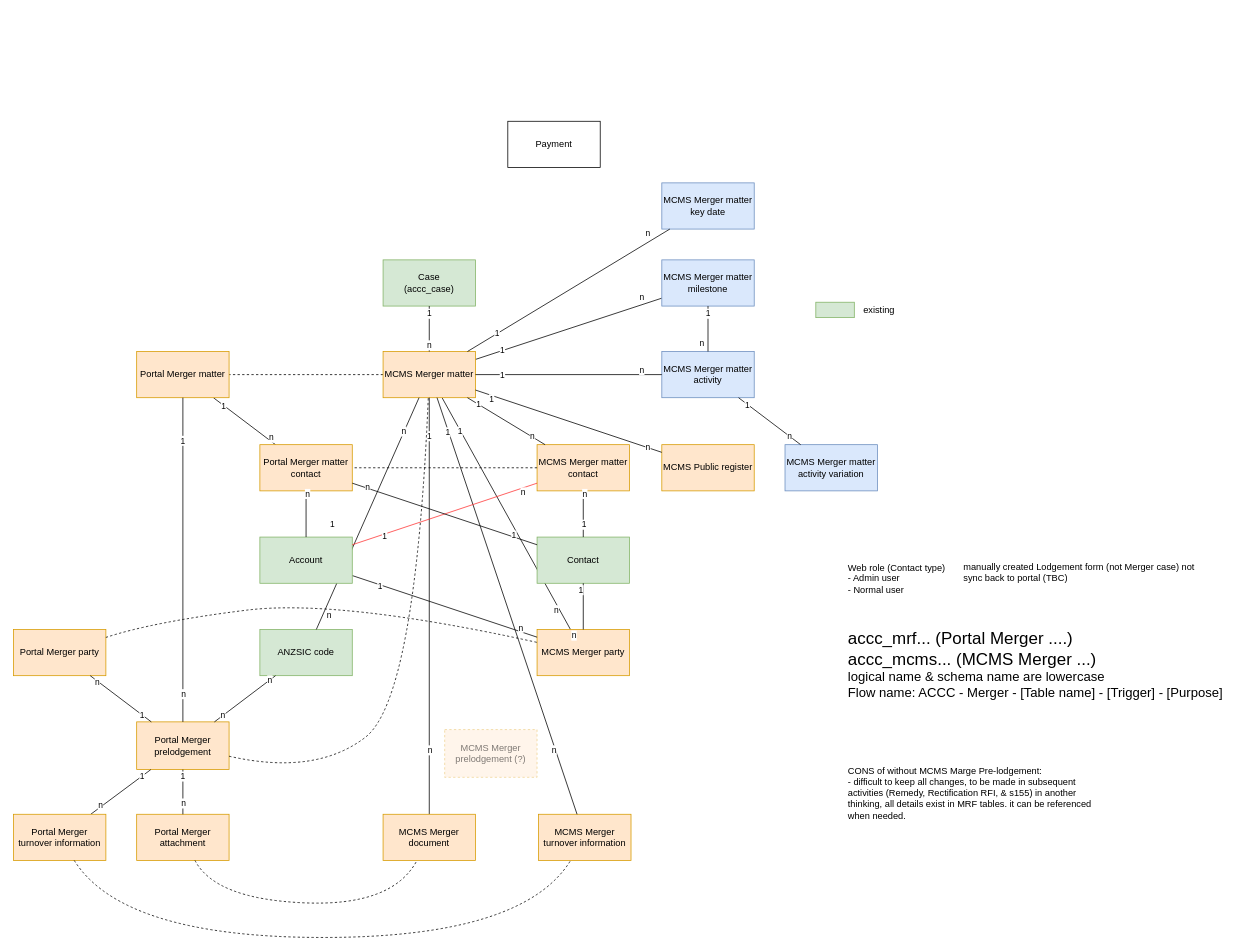
Before: page "Entities v4" (12 of 13) of Merger.drawio in danieldotskc/helloworld, a draw.io diagram. Source tidied: cells renumbered, new cells numbered last; positions are measured from the earlier drawing's top-left corner, leaving out a move shared by most shapes. Both pictures are drawn from the tidied source at 77%, with x=0, y=0 at pixel (13, 121).
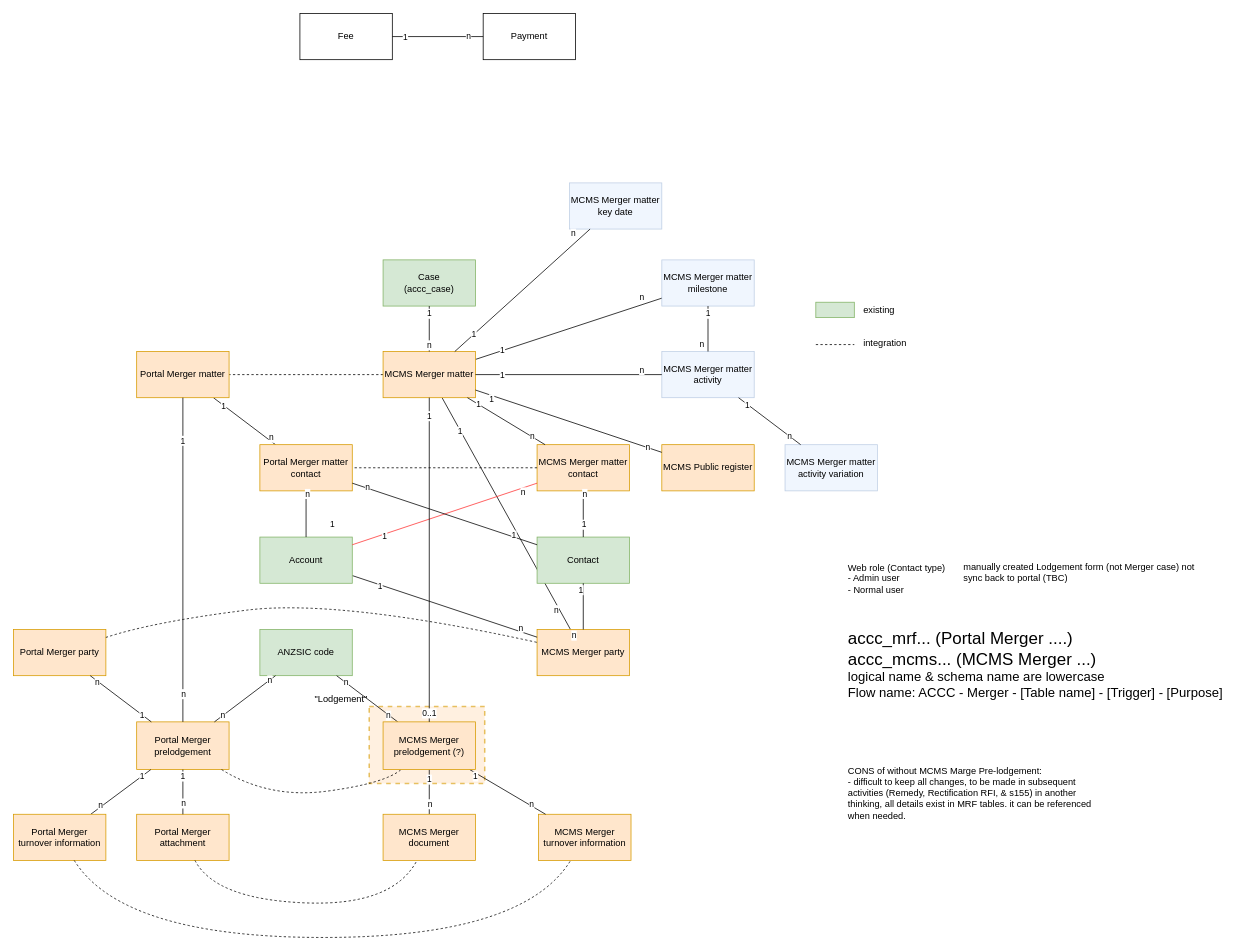
After the change.

The change refers to these unchanged cells:
```xml
<mxCell id="12" value="&lt;span style=&quot;font-style: normal;&quot;&gt;Portal Merger&lt;/span&gt;&lt;div&gt;&lt;span style=&quot;font-style: normal;&quot;&gt;prelodgement&lt;/span&gt;&lt;/div&gt;" style="rounded=0;whiteSpace=wrap;html=1;labelPosition=center;verticalLabelPosition=middle;align=center;verticalAlign=middle;fontStyle=2;strokeWidth=1;fillColor=#ffe6cc;strokeColor=#d79b00;" parent="1" vertex="1">
  <mxGeometry x="160" y="780" width="120" height="62" as="geometry" />
</mxCell>
<mxCell id="13" value="&lt;div&gt;&lt;span style=&quot;background-color: transparent; color: light-dark(rgb(0, 0, 0), rgb(255, 255, 255));&quot;&gt;MCMS Merger matter&lt;/span&gt;&lt;/div&gt;" style="rounded=0;whiteSpace=wrap;html=1;fillColor=#ffe6cc;strokeColor=#d79b00;" parent="1" vertex="1">
  <mxGeometry x="480" y="299" width="120" height="60" as="geometry" />
</mxCell>
<mxCell id="21" value="ANZSIC code" style="rounded=0;whiteSpace=wrap;html=1;fillColor=#d5e8d4;strokeColor=#82b366;" parent="1" vertex="1">
  <mxGeometry x="320" y="660" width="120" height="60" as="geometry" />
</mxCell>
<mxCell id="52" value="MCMS Merger turnover information" style="rounded=0;whiteSpace=wrap;html=1;fillColor=#ffe6cc;strokeColor=#d79b00;" parent="1" vertex="1">
  <mxGeometry x="682" y="900" width="120" height="60" as="geometry" />
</mxCell>
<mxCell id="63" value="MCMS Merger document" style="rounded=0;whiteSpace=wrap;html=1;fillColor=#ffe6cc;strokeColor=#d79b00;" parent="1" vertex="1">
  <mxGeometry x="480" y="900" width="120" height="60" as="geometry" />
</mxCell>
```

What changed in the source:
```diff
@@
+    <mxCell id="108" value="&lt;span style=&quot;font-style: normal;&quot;&gt;&quot;Lodgement&quot;&lt;/span&gt;" style="rounded=0;whiteSpace=wrap;html=1;labelPosition=left;verticalLabelPosition=top;align=right;verticalAlign=bottom;strokeWidth=2;fontStyle=2;fillColor=#ffe6cc;strokeColor=#d79b00;dashed=1;opacity=60;" parent="1" vertex="1">
+      <mxGeometry x="462" y="760" width="150" height="100" as="geometry" />
+    </mxCell>
@@
-    <mxCell id="22" style="endArrow=none;html=1;rounded=0;" parent="1" edge="1" source="13" target="21">
+    <mxCell id="22" style="endArrow=none;html=1;rounded=0;" parent="1" edge="1" source="106" target="21">
       <mxGeometry relative="1" as="geometry" />
     </mxCell>
@@
-    <mxCell id="45" style="endArrow=none;html=1;rounded=0;" parent="1" edge="1" source="63" target="13">
+    <mxCell id="45" style="endArrow=none;html=1;rounded=0;" parent="1" edge="1" source="63" target="106">
       <mxGeometry relative="1" as="geometry" />
     </mxCell>
@@
-    <mxCell id="64" style="endArrow=none;html=1;rounded=0;" parent="1" edge="1" source="52" target="13">
+    <mxCell id="64" style="endArrow=none;html=1;rounded=0;" parent="1" edge="1" source="52" target="106">
       <mxGeometry relative="1" as="geometry" />
     </mxCell>
@@
-    <mxCell id="88" style="curved=1;endArrow=none;html=1;rounded=0;startFill=0;dashed=1;" parent="1" edge="1" source="12" target="13">
+    <mxCell id="88" style="curved=1;endArrow=none;html=1;rounded=0;startFill=0;dashed=1;" parent="1" edge="1" source="12" target="106">
       <mxGeometry relative="1" as="geometry">
         <Array as="points">
-          <mxPoint x="392" y="850" />
-          <mxPoint x="522" y="750" />
+          <mxPoint x="332" y="880" />
+          <mxPoint x="482" y="860" />
         </Array>
       </mxGeometry>
     </mxCell>
@@
-    <mxCell id="90" value="MCMS Merger matter milestone" style="rounded=0;whiteSpace=wrap;html=1;strokeColor=#6c8ebf;fillColor=#dae8fc;" parent="1" vertex="1">
+    <mxCell id="90" value="MCMS Merger matter milestone" style="rounded=0;whiteSpace=wrap;html=1;strokeColor=#6c8ebf;fillColor=#dae8fc;opacity=40;" parent="1" vertex="1">
       <mxGeometry x="842" y="180" width="120" height="60" as="geometry" />
     </mxCell>
-    <mxCell id="91" value="MCMS Merger matter key date" style="rounded=0;whiteSpace=wrap;html=1;strokeColor=#6c8ebf;fillColor=#dae8fc;" parent="1" vertex="1">
-      <mxGeometry x="842" y="80" width="120" height="60" as="geometry" />
+    <mxCell id="91" value="MCMS Merger matter key date" style="rounded=0;whiteSpace=wrap;html=1;strokeColor=#6c8ebf;fillColor=#dae8fc;opacity=40;" parent="1" vertex="1">
+      <mxGeometry x="722" y="80" width="120" height="60" as="geometry" />
     </mxCell>
@@
-    <mxCell id="95" value="MCMS Merger matter activity" style="rounded=0;whiteSpace=wrap;html=1;strokeColor=#6c8ebf;fillColor=#dae8fc;" parent="1" vertex="1">
+    <mxCell id="95" value="MCMS Merger matter activity" style="rounded=0;whiteSpace=wrap;html=1;strokeColor=#6c8ebf;fillColor=#dae8fc;opacity=40;" parent="1" vertex="1">
       <mxGeometry x="842" y="299" width="120" height="60" as="geometry" />
     </mxCell>
@@
-    <mxCell id="102" value="MCMS Merger matter&lt;div&gt;activity variation&lt;/div&gt;" style="rounded=0;whiteSpace=wrap;html=1;strokeColor=#6c8ebf;fillColor=#dae8fc;" parent="1" vertex="1">
+    <mxCell id="102" value="MCMS Merger matter&lt;div&gt;activity variation&lt;/div&gt;" style="rounded=0;whiteSpace=wrap;html=1;strokeColor=#6c8ebf;fillColor=#dae8fc;opacity=40;" parent="1" vertex="1">
       <mxGeometry x="1002" y="420" width="120" height="60" as="geometry" />
     </mxCell>
@@
-    <mxCell id="106" value="&lt;span style=&quot;font-style: normal;&quot;&gt;MCMS Merger&lt;/span&gt;&lt;div&gt;&lt;span style=&quot;font-style: normal;&quot;&gt;prelodgement (?)&lt;/span&gt;&lt;/div&gt;" style="rounded=0;whiteSpace=wrap;html=1;labelPosition=center;verticalLabelPosition=middle;align=center;verticalAlign=middle;strokeWidth=1;fontStyle=2;fillColor=#ffe6cc;strokeColor=#d79b00;dashed=1;opacity=40;textOpacity=50;" parent="1" vertex="1">
-      <mxGeometry x="560" y="790" width="120" height="62" as="geometry" />
+    <mxCell id="106" value="&lt;span style=&quot;font-style: normal; background-color: transparent; color: light-dark(rgb(0, 0, 0), rgb(255, 255, 255));&quot;&gt;MCMS Merger&lt;/span&gt;&lt;div&gt;&lt;div&gt;&lt;span style=&quot;font-style: normal;&quot;&gt;prelodgement (?)&lt;/span&gt;&lt;/div&gt;&lt;/div&gt;" style="rounded=0;whiteSpace=wrap;html=1;labelPosition=center;verticalLabelPosition=middle;align=center;verticalAlign=middle;strokeWidth=1;fontStyle=2;fillColor=#ffe6cc;strokeColor=#d79b00;" parent="1" vertex="1">
+      <mxGeometry x="480" y="780" width="120" height="62" as="geometry" />
     </mxCell>
     <mxCell id="107" value="Payment" style="rounded=0;whiteSpace=wrap;html=1;" parent="1" vertex="1">
-      <mxGeometry x="642" width="120" height="60" as="geometry" />
+      <mxGeometry x="610" y="-140" width="120" height="60" as="geometry" />
     </mxCell>
+    <mxCell id="109" style="endArrow=none;html=1;rounded=0;" parent="1" edge="1" source="13" target="106">
+      <mxGeometry relative="1" as="geometry" />
+    </mxCell>
+    <mxCell id="110" value="1" style="edgeLabel;html=1;align=center;verticalAlign=middle;" parent="109" vertex="1">
+      <mxGeometry x="-0.71" relative="1" as="geometry">
+        <mxPoint x="-1" y="-38" as="offset" />
+      </mxGeometry>
+    </mxCell>
+    <mxCell id="111" value="0..1" style="edgeLabel;html=1;align=center;verticalAlign=middle;" parent="109" vertex="1">
+      <mxGeometry x="0.85" relative="1" as="geometry">
+        <mxPoint x="-1" y="20" as="offset" />
+      </mxGeometry>
+    </mxCell>
+    <mxCell id="112" style="endArrow=none;dashed=1;html=1;rounded=0;" parent="1" edge="1">
+      <mxGeometry relative="1" as="geometry">
+        <mxPoint x="1042" y="290" as="sourcePoint" />
+        <mxPoint x="1092" y="290" as="targetPoint" />
+      </mxGeometry>
+    </mxCell>
+    <mxCell id="113" value="integration" style="text;html=1;align=left;verticalAlign=middle;whiteSpace=wrap;rounded=0;" parent="1" vertex="1">
+      <mxGeometry x="1102" y="269" width="80" height="38" as="geometry" />
+    </mxCell>
+    <mxCell id="114" value="Fee" style="rounded=0;whiteSpace=wrap;html=1;" parent="1" vertex="1">
+      <mxGeometry x="372" y="-140" width="120" height="60" as="geometry" />
+    </mxCell>
+    <mxCell id="115" style="endArrow=none;html=1;rounded=0;" parent="1" edge="1" source="114" target="107">
+      <mxGeometry relative="1" as="geometry" />
+    </mxCell>
+    <mxCell id="116" value="1" style="edgeLabel;html=1;align=center;verticalAlign=middle;" parent="115" vertex="1">
+      <mxGeometry x="-0.71" relative="1" as="geometry">
+        <mxPoint x="-1" as="offset" />
+      </mxGeometry>
+    </mxCell>
+    <mxCell id="117" value="n" style="edgeLabel;html=1;align=center;verticalAlign=middle;" parent="115" vertex="1">
+      <mxGeometry x="0.85" relative="1" as="geometry">
+        <mxPoint x="-11" y="-1" as="offset" />
+      </mxGeometry>
+    </mxCell>
```
